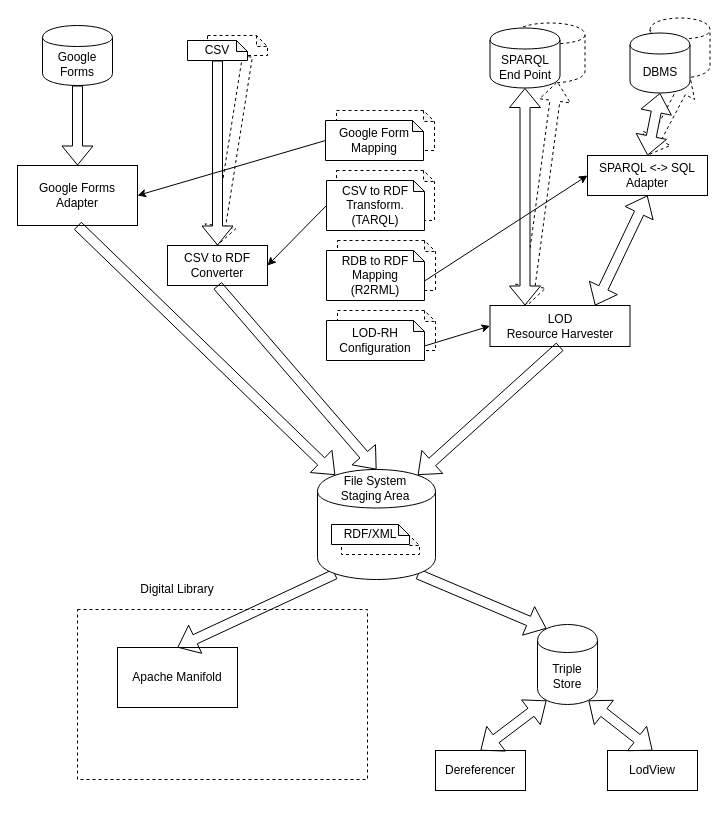
This is DigitalLibrary/InputAdapters.drawio from miguel76/ECODIGIT-architecture, a draw.io file, before an edit. Source tidied: cells renumbered, new cells numbered last; positions are measured from the earlier drawing's top-left corner, leaving out a move shared by most shapes. Both pictures are drawn from the tidied source at 100%, with x=0, y=0 at pixel (17, 17).
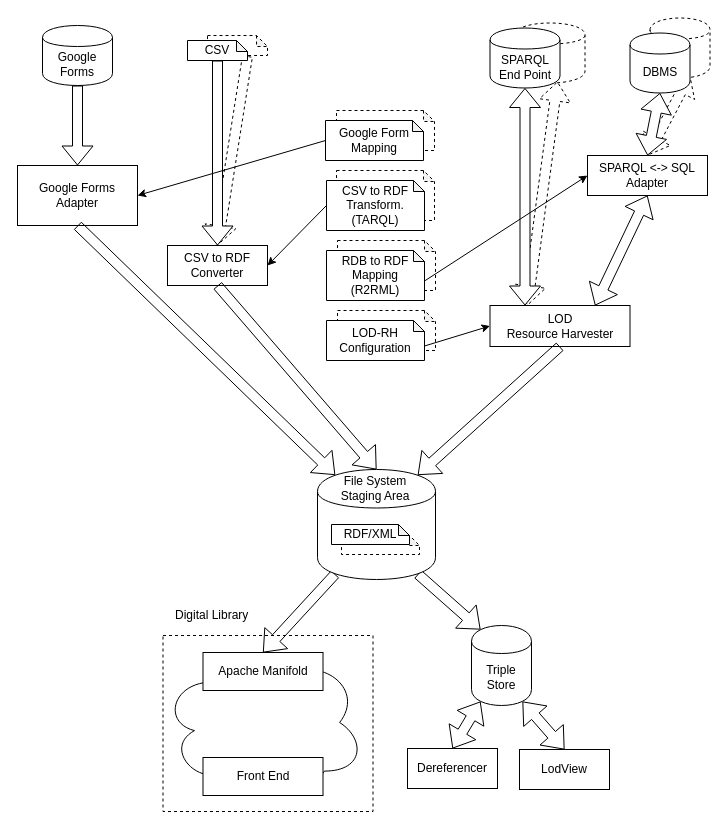
After the change.

The edit, as a diff of the source:
```diff
@@
     <mxCell id="5" style="rounded=0;whiteSpace=wrap;html=1;fillColor=#ffffff;dashed=1;" parent="1" vertex="1">
-      <mxGeometry x="60" y="592" width="290" height="170" as="geometry" />
+      <mxGeometry x="145.5" y="618" width="210" height="176" as="geometry" />
     </mxCell>
-    <mxCell id="6" value="Apache Manifold" style="rounded=0;whiteSpace=wrap;html=1;" parent="1" vertex="1">
-      <mxGeometry x="100" y="630" width="120" height="60" as="geometry" />
-    </mxCell>
     <mxCell id="7" value="Triple Store" style="shape=cylinder;whiteSpace=wrap;html=1;boundedLbl=1;backgroundOutline=1;" parent="1" vertex="1">
-      <mxGeometry x="520" y="607" width="60" height="80" as="geometry" />
+      <mxGeometry x="454" y="608" width="60" height="80" as="geometry" />
     </mxCell>
-    <mxCell id="8" value="Digital Library" style="text;html=1;strokeColor=none;fillColor=none;align=center;verticalAlign=middle;whiteSpace=wrap;rounded=0;dashed=1;" parent="1" vertex="1">
-      <mxGeometry x="60" y="562" width="200" height="20" as="geometry" />
+    <mxCell id="8" value="Digital Library" style="text;html=1;strokeColor=none;fillColor=none;align=left;verticalAlign=middle;whiteSpace=wrap;rounded=0;dashed=1;" parent="1" vertex="1">
+      <mxGeometry x="155.5" y="588" width="90" height="20" as="geometry" />
     </mxCell>
     <mxCell id="9" value="Dereferencer" style="rounded=0;whiteSpace=wrap;html=1;fillColor=none;" parent="1" vertex="1">
-      <mxGeometry x="418" y="733" width="90" height="40" as="geometry" />
+      <mxGeometry x="390" y="731" width="90" height="40" as="geometry" />
     </mxCell>
     <mxCell id="10" value="LodView" style="rounded=0;whiteSpace=wrap;html=1;fillColor=none;" parent="1" vertex="1">
-      <mxGeometry x="590" y="733" width="90" height="40" as="geometry" />
+      <mxGeometry x="502" y="732" width="90" height="40" as="geometry" />
     </mxCell>
@@
+    <mxCell id="60" style="ellipse;shape=cloud;whiteSpace=wrap;html=1;fillColor=#ffffff;" parent="1" vertex="1">
+      <mxGeometry x="144.5" y="624" width="203" height="162" as="geometry" />
+    </mxCell>
+    <mxCell id="6" value="Apache Manifold" style="rounded=0;whiteSpace=wrap;html=1;" parent="1" vertex="1">
+      <mxGeometry x="185.5" y="635" width="120" height="38" as="geometry" />
+    </mxCell>
+    <mxCell id="61" value="Front End" style="rounded=0;whiteSpace=wrap;html=1;" parent="1" vertex="1">
+      <mxGeometry x="185.5" y="740" width="120" height="38" as="geometry" />
+    </mxCell>
```
